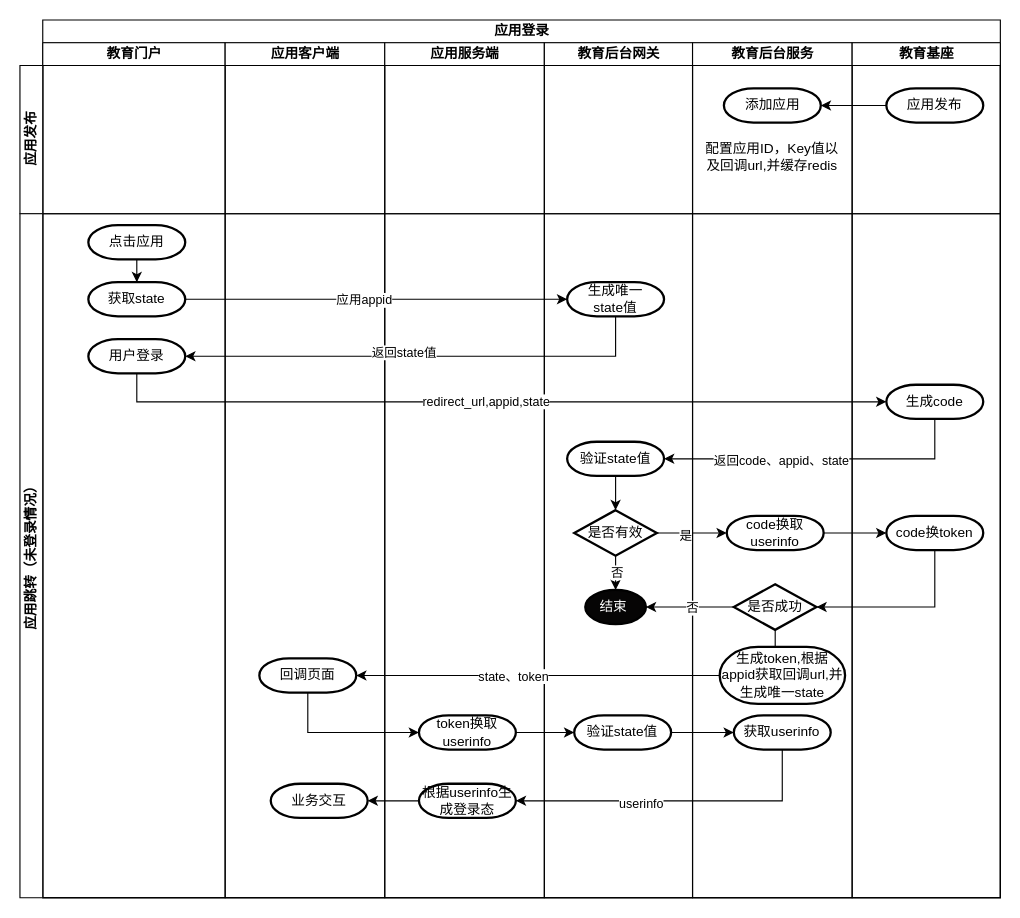
Above: 应用登录流程(开发流程).drawio in liangdengming/diagrams (draw.io), before the change. Source tidied: cells renumbered, new cells numbered last; positions are measured from the earlier drawing's top-left corner, leaving out a move shared by most shapes. Both pictures are drawn from the tidied source at 114%, with x=0, y=0 at pixel (19, 19).
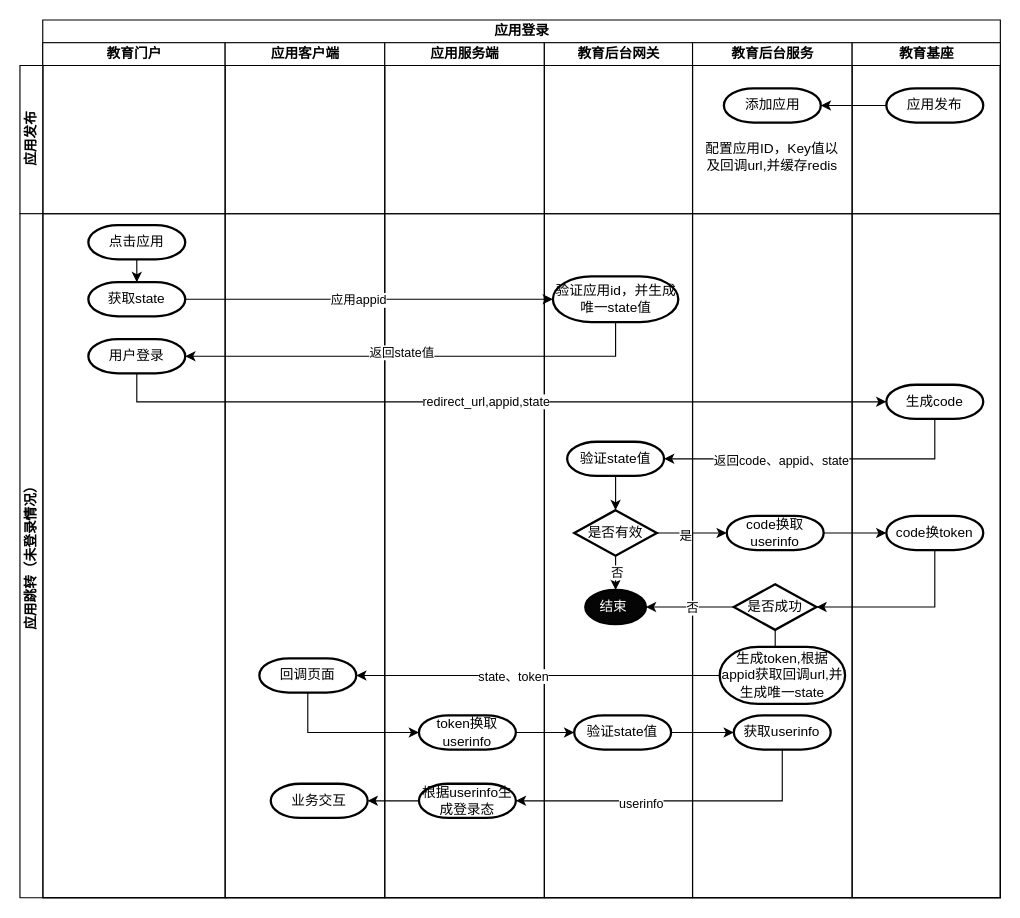
The same diagram, later.

Commit message (it also covers changes not shown here):
更新应用登录流程(开发流程).drawio

Unchanged cells that the change refers to:
```xml
<mxCell id="14" value="应用跳转（未登录情况）" style="swimlane;startSize=20;horizontal=0;html=1;" parent="1" vertex="1">
  <mxGeometry y="170" width="860" height="600" as="geometry" />
</mxCell>
```

The edit, as a diff of the source:
```diff
@@
-    <mxCell id="22" value="生成唯一&lt;br&gt;state值" style="strokeWidth=2;html=1;shape=mxgraph.flowchart.terminator;whiteSpace=wrap;" parent="14" vertex="1">
-      <mxGeometry x="480" y="60" width="85" height="30" as="geometry" />
+    <mxCell id="22" value="验证应用id，并生成唯一state值" style="strokeWidth=2;html=1;shape=mxgraph.flowchart.terminator;whiteSpace=wrap;" parent="14" vertex="1">
+      <mxGeometry x="467.5" y="55" width="110" height="40" as="geometry" />
     </mxCell>
```
